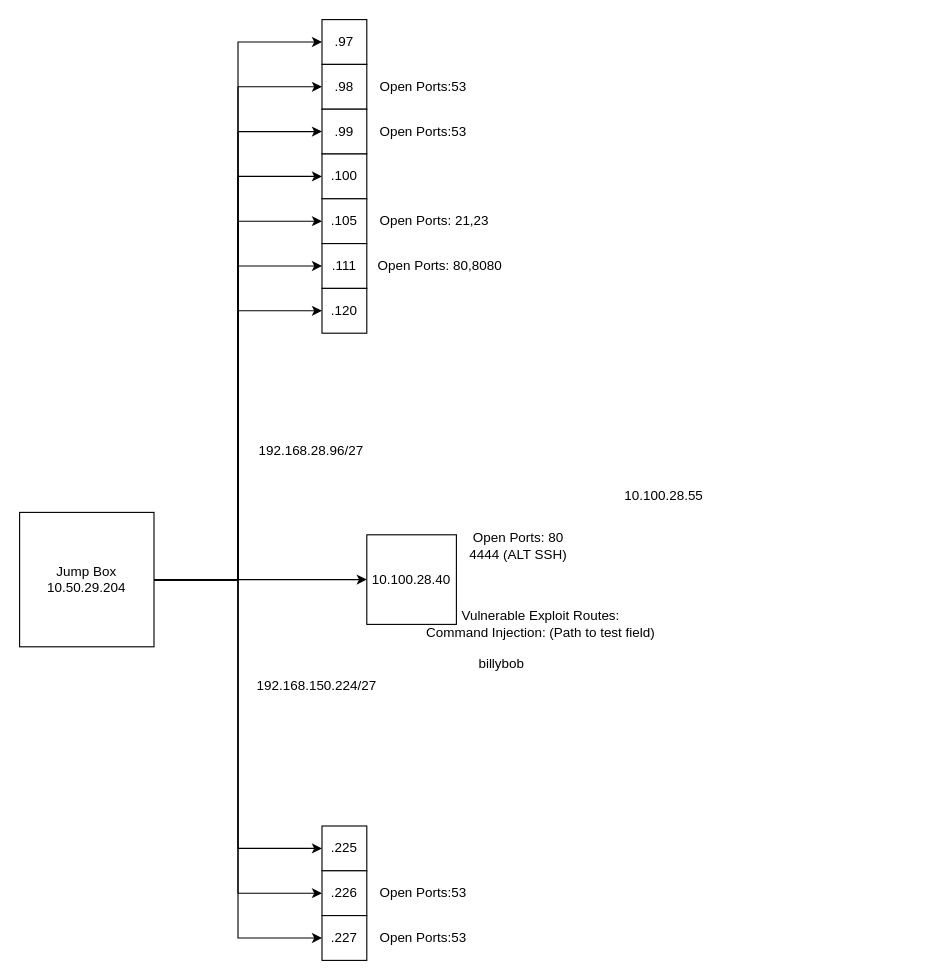
Before: Security/Untitled Diagram.drawio in LukeaBrown/COSC, a draw.io diagram. Source tidied: cells renumbered, new cells numbered last; positions are measured from the earlier drawing's top-left corner, leaving out a move shared by most shapes. Both pictures are drawn from the tidied source at 112%, with x=0, y=0 at pixel (19, 19).
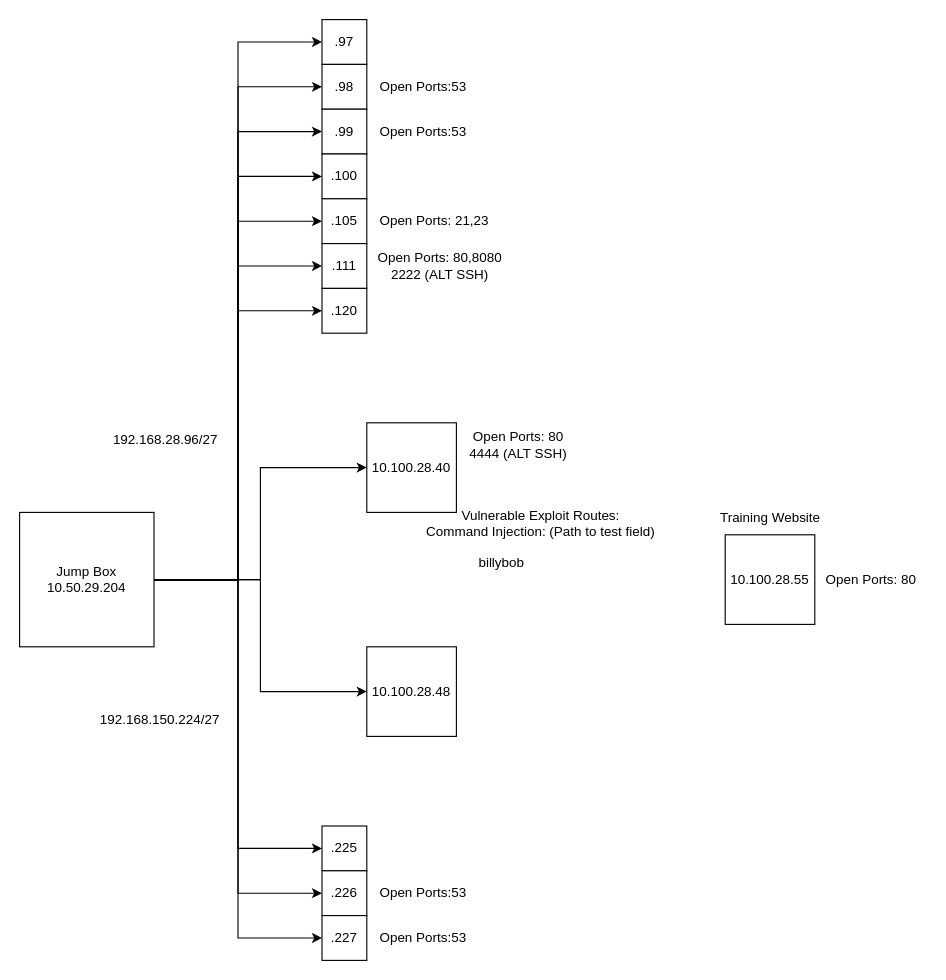
Above is the later version.

The change refers to these unchanged cells:
```xml
<mxCell id="13" value="&lt;div&gt;Jump Box&lt;/div&gt;&lt;div&gt;10.50.29.204&lt;/div&gt;" style="whiteSpace=wrap;html=1;" parent="1" vertex="1">
  <mxGeometry y="440" width="120" height="120" as="geometry" />
</mxCell>
```

What changed in the source:
```diff
@@
+    <mxCell id="37" style="edgeStyle=orthogonalEdgeStyle;rounded=0;jettySize=auto;html=1;entryX=0;entryY=0.5;entryDx=0;entryDy=0;" parent="1" edge="1" source="13" target="40">
+      <mxGeometry relative="1" as="geometry" />
+    </mxCell>
@@
-    <mxCell id="27" value="Open Ports: 80,8080" style="text;html=1;align=center;verticalAlign=middle;strokeColor=none;fillColor=none;" parent="1" vertex="1">
-      <mxGeometry x="310" y="205" width="130" height="30" as="geometry" />
+    <mxCell id="27" value="&lt;div&gt;Open Ports: 80,8080&lt;/div&gt;2222 (ALT SSH)" style="text;html=1;align=center;verticalAlign=middle;strokeColor=none;fillColor=none;" parent="1" vertex="1">
+      <mxGeometry x="310" y="200" width="130" height="40" as="geometry" />
     </mxCell>
     <mxCell id="28" value="192.168.150.224/27" style="text;html=1;align=center;verticalAlign=middle;strokeColor=none;fillColor=none;" parent="1" vertex="1">
-      <mxGeometry x="200" y="580" width="130" height="30" as="geometry" />
+      <mxGeometry x="60" y="610" width="130" height="30" as="geometry" />
     </mxCell>
     <mxCell id="29" value="192.168.28.96/27" style="text;html=1;align=center;verticalAlign=middle;strokeColor=none;fillColor=none;" parent="1" vertex="1">
-      <mxGeometry x="200" y="370" width="120" height="30" as="geometry" />
+      <mxGeometry x="70" y="360" width="120" height="30" as="geometry" />
     </mxCell>
@@
     <mxCell id="32" value="10.100.28.40" style="whiteSpace=wrap;html=1;" parent="1" vertex="1">
-      <mxGeometry x="310" y="460" width="80" height="80" as="geometry" />
+      <mxGeometry x="310" y="360" width="80" height="80" as="geometry" />
     </mxCell>
     <mxCell id="33" value="&lt;div&gt;Open Ports: 80&lt;/div&gt;4444 (ALT SSH)" style="text;html=1;align=center;verticalAlign=middle;strokeColor=none;fillColor=none;" parent="1" vertex="1">
-      <mxGeometry x="390" y="450" width="110" height="40" as="geometry" />
+      <mxGeometry x="390" y="360" width="110" height="40" as="geometry" />
     </mxCell>
     <mxCell id="34" value="&lt;div&gt;Vulnerable Exploit Routes:&lt;/div&gt;&lt;div&gt;Command Injection: (Path to test field)&lt;br&gt;&lt;/div&gt;" style="text;html=1;align=center;verticalAlign=middle;strokeColor=none;fillColor=none;" parent="1" vertex="1">
-      <mxGeometry x="350" y="520" width="230" height="40" as="geometry" />
+      <mxGeometry x="350" y="430" width="230" height="40" as="geometry" />
     </mxCell>
     <mxCell id="35" value="billybob" style="text;html=1;align=center;verticalAlign=middle;strokeColor=none;fillColor=none;" parent="1" vertex="1">
-      <mxGeometry x="400" y="560" width="60" height="30" as="geometry" />
+      <mxGeometry x="400" y="470" width="60" height="30" as="geometry" />
     </mxCell>
-    <mxCell id="36" value="10.100.28.55" style="text;html=1;align=center;verticalAlign=middle;strokeColor=none;fillColor=none;" parent="1" vertex="1">
-      <mxGeometry x="530" y="410" width="90" height="30" as="geometry" />
+    <mxCell id="36" value="10.100.28.55" style="whiteSpace=wrap;html=1;" parent="1" vertex="1">
+      <mxGeometry x="630" y="460" width="80" height="80" as="geometry" />
     </mxCell>
+    <mxCell id="38" value="&lt;div&gt;Training Website&lt;/div&gt;" style="text;html=1;align=center;verticalAlign=middle;strokeColor=none;fillColor=none;" parent="1" vertex="1">
+      <mxGeometry x="615" y="430" width="110" height="30" as="geometry" />
+    </mxCell>
+    <mxCell id="39" value="Open Ports: 80" style="text;html=1;align=center;verticalAlign=middle;strokeColor=none;fillColor=none;" parent="1" vertex="1">
+      <mxGeometry x="710" y="485" width="100" height="30" as="geometry" />
+    </mxCell>
+    <mxCell id="40" value="10.100.28.48" style="whiteSpace=wrap;html=1;" parent="1" vertex="1">
+      <mxGeometry x="310" y="560" width="80" height="80" as="geometry" />
+    </mxCell>
```
